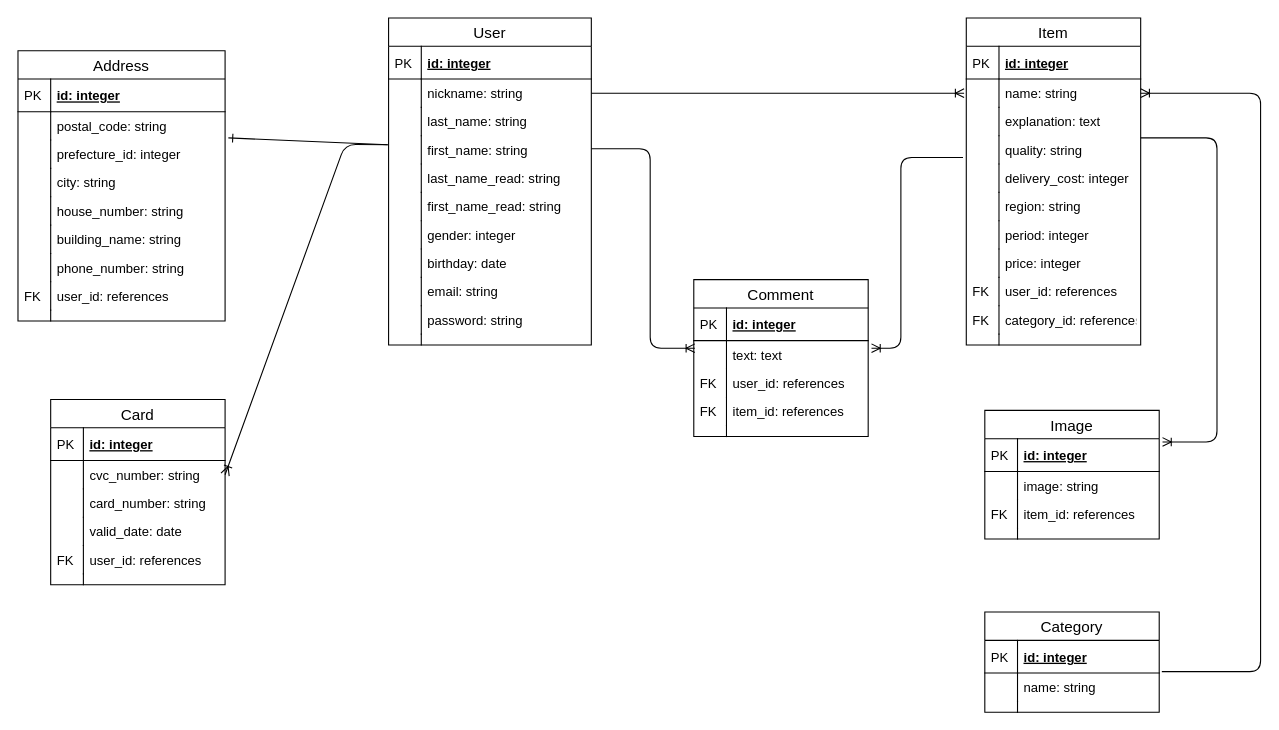
The draw.io diagram test.drawio in saihalkiki/fleamarket_sample_79d, before the edit. Source tidied: cells renumbered, new cells numbered last; positions are measured from the earlier drawing's top-left corner, leaving out a move shared by most shapes. Both pictures are drawn from the tidied source at 109%, with x=0, y=0 at pixel (17, 17).
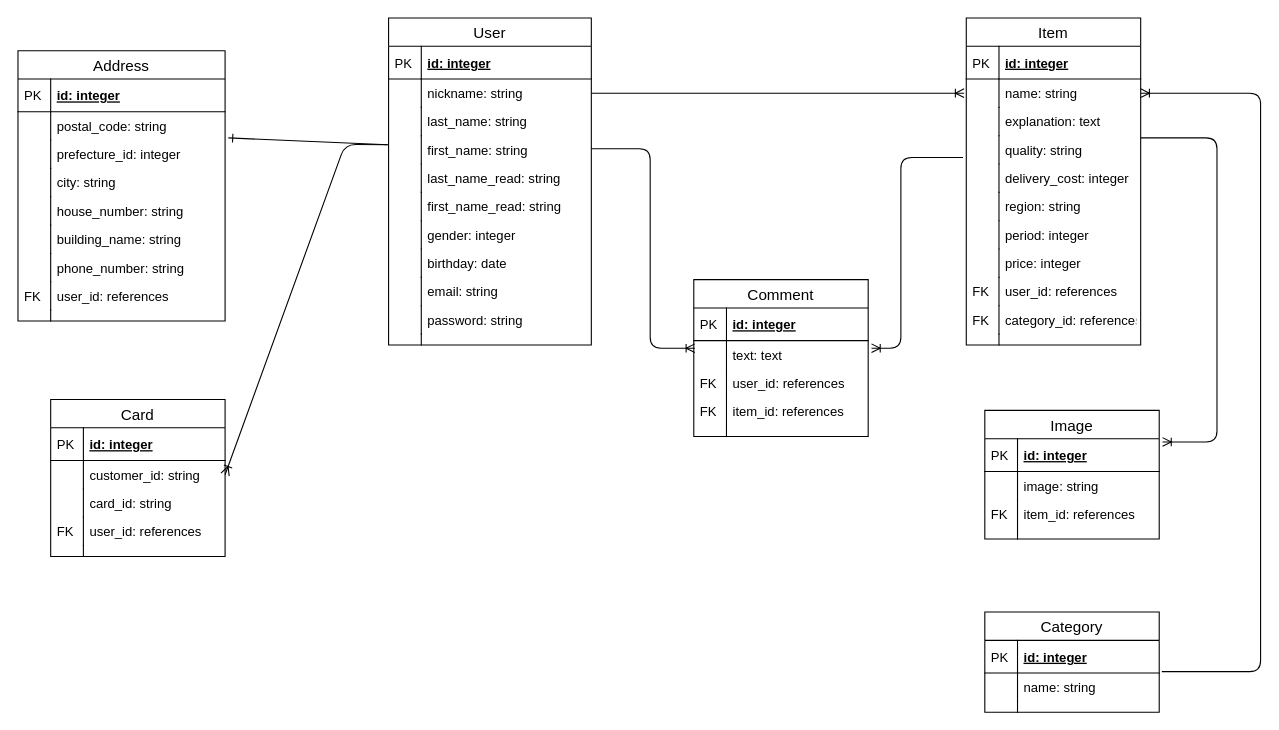
After the change.

The change refers to these unchanged cells:
```xml
<mxCell id="32" value="first_name: string" style="shape=partialRectangle;top=0;left=0;right=0;bottom=0;align=left;verticalAlign=top;fillColor=none;spacingLeft=34;spacingRight=4;overflow=hidden;points=[[0,0.5],[1,0.5]];portConstraint=eastwest;fontSize=12;" parent="25" vertex="1">
  <mxGeometry y="108" width="186" height="26" as="geometry" />
</mxCell>
```

Diff of the diagram source:
```diff
@@
-    <mxCell id="2" style="fontSize=12;html=1;endArrow=ERoneToMany;entryX=1;entryY=0.5;entryDx=0;entryDy=0;exitX=-0.004;exitY=0.321;exitDx=0;exitDy=0;exitPerimeter=0;" parent="1" edge="1" source="32" target="104">
+    <mxCell id="2" style="fontSize=12;html=1;endArrow=ERoneToMany;entryX=1;entryY=0.5;entryDx=0;entryDy=0;exitX=-0.004;exitY=0.321;exitDx=0;exitDy=0;exitPerimeter=0;" parent="1" edge="1" source="32">
       <mxGeometry relative="1" as="geometry">
+        <mxPoint x="190" y="419" as="targetPoint" />
         <Array as="points">
           <mxPoint x="300" y="116" />
         </Array>
       </mxGeometry>
     </mxCell>
@@
     <mxCell id="101" value="Card" style="swimlane;fontStyle=0;horizontal=1;startSize=26;align=center;fontSize=14;html=0;" parent="1" vertex="1">
-      <mxGeometry x="30" y="350" width="160" height="170" as="geometry" />
+      <mxGeometry x="30" y="350" width="160" height="144" as="geometry" />
     </mxCell>
@@
-    <mxCell id="104" value="cvc_number: string" style="shape=partialRectangle;top=0;left=0;right=0;bottom=0;align=left;verticalAlign=top;fillColor=none;spacingLeft=34;spacingRight=4;overflow=hidden;points=[[0,0.5],[1,0.5]];portConstraint=eastwest;fontSize=12;" parent="101" vertex="1">
-      <mxGeometry y="56" width="160" height="26" as="geometry" />
-    </mxCell>
-    <mxCell id="105" style="shape=partialRectangle;top=0;left=0;bottom=0;fillColor=none;align=left;verticalAlign=top;spacingLeft=4;spacingRight=4;overflow=hidden;fontSize=12;" parent="104" vertex="1">
-      <mxGeometry width="30" height="26" as="geometry" />
-    </mxCell>
-    <mxCell id="106" value="card_number: string" style="shape=partialRectangle;top=0;left=0;right=0;bottom=0;align=left;verticalAlign=top;fillColor=none;spacingLeft=34;spacingRight=4;overflow=hidden;fontSize=12;" parent="101" vertex="1">
-      <mxGeometry y="82" width="160" height="26" as="geometry" />
+    <mxCell id="106" value="customer_id: string" style="shape=partialRectangle;top=0;left=0;right=0;bottom=0;align=left;verticalAlign=top;fillColor=none;spacingLeft=34;spacingRight=4;overflow=hidden;fontSize=12;" parent="101" vertex="1">
+      <mxGeometry y="56" width="160" height="26" as="geometry" />
     </mxCell>
@@
-    <mxCell id="108" value="valid_date: date" style="shape=partialRectangle;top=0;left=0;right=0;bottom=0;align=left;verticalAlign=top;fillColor=none;spacingLeft=34;spacingRight=4;overflow=hidden;fontSize=12;" parent="101" vertex="1">
-      <mxGeometry y="108" width="160" height="26" as="geometry" />
+    <mxCell id="108" value="card_id: string" style="shape=partialRectangle;top=0;left=0;right=0;bottom=0;align=left;verticalAlign=top;fillColor=none;spacingLeft=34;spacingRight=4;overflow=hidden;fontSize=12;" parent="101" vertex="1">
+      <mxGeometry y="82" width="160" height="26" as="geometry" />
     </mxCell>
@@
     <mxCell id="110" value="user_id: references" style="shape=partialRectangle;top=0;left=0;right=0;bottom=0;align=left;verticalAlign=top;fillColor=none;spacingLeft=34;spacingRight=4;overflow=hidden;fontSize=12;" parent="101" vertex="1">
-      <mxGeometry y="134" width="160" height="26" as="geometry" />
+      <mxGeometry y="108" width="160" height="26" as="geometry" />
     </mxCell>
@@
     <mxCell id="112" style="shape=partialRectangle;top=0;left=0;right=0;bottom=0;align=left;verticalAlign=top;fillColor=none;spacingLeft=34;spacingRight=4;overflow=hidden;fontSize=12;" parent="101" vertex="1">
-      <mxGeometry y="160" width="160" height="10" as="geometry" />
+      <mxGeometry y="134" width="160" height="10" as="geometry" />
     </mxCell>
```
